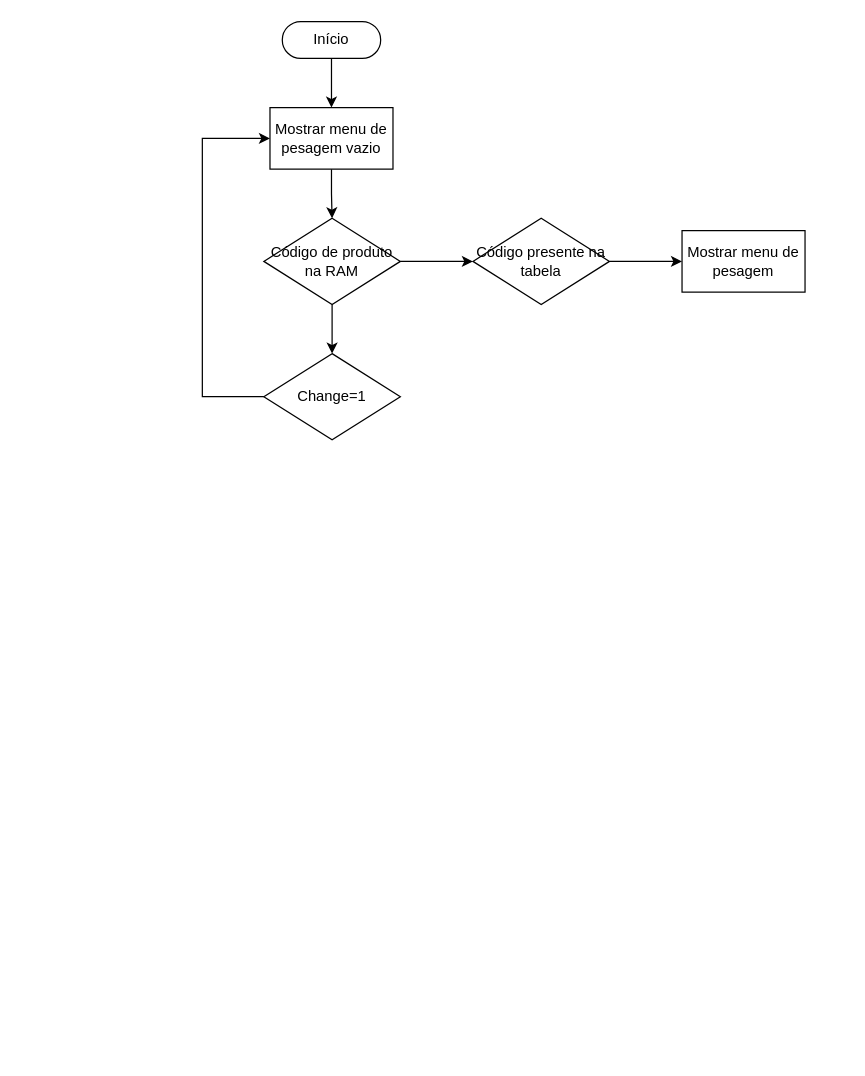
Before: Untitled Diagram.drawio in AFreitasHub/Weighing-Scale-System, a draw.io diagram. Source tidied: cells renumbered, new cells numbered last; positions are measured from the earlier drawing's top-left corner, leaving out a move shared by most shapes. Both pictures are drawn from the tidied source at 123%, with x=0, y=0 at pixel (202, 21).
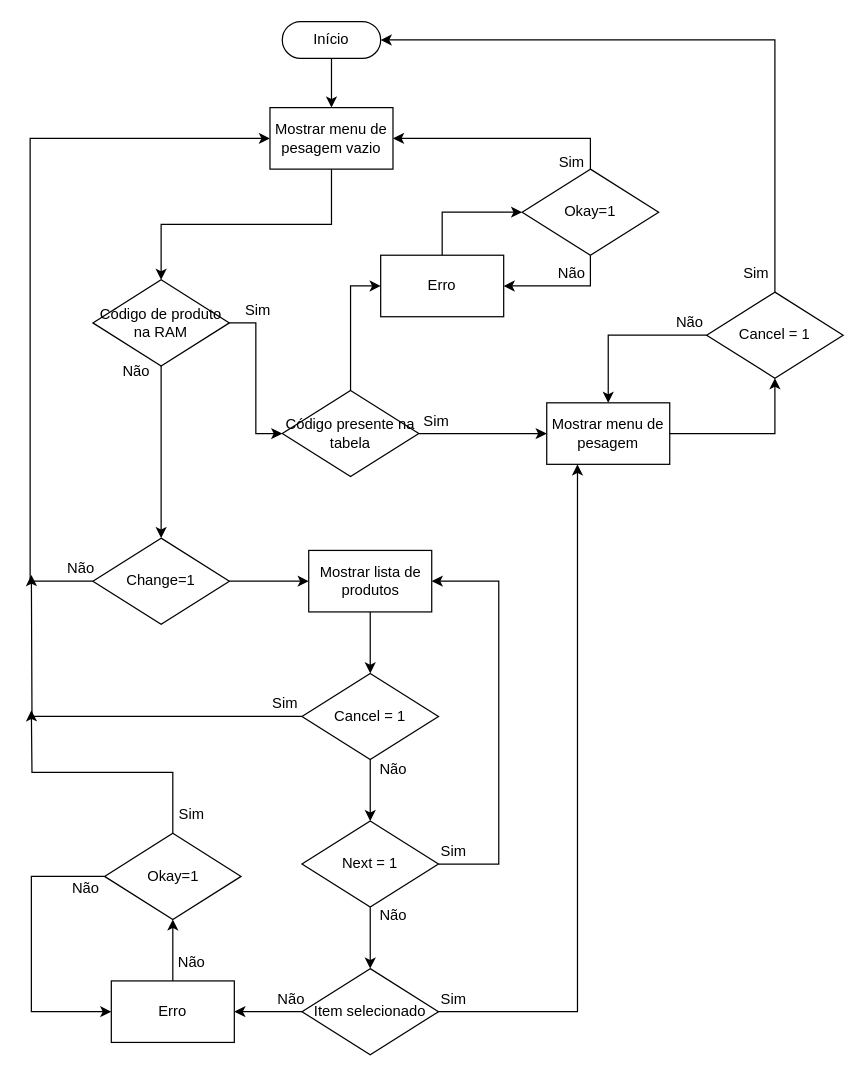
Above is the later version.

Commit message:
Selecting a product in menu 1

The change refers to these unchanged cells:
```xml
<mxCell id="3" value="Início" style="html=1;dashed=0;whiteSpace=wrap;shape=mxgraph.dfd.start;" parent="1" vertex="1">
  <mxGeometry x="65" width="80" height="30" as="geometry" />
</mxCell>
<mxCell id="5" value="Mostrar menu de pesagem vazio" style="html=1;dashed=0;whiteSpace=wrap;" parent="1" vertex="1">
  <mxGeometry x="55" y="70" width="100" height="50" as="geometry" />
</mxCell>
```

What changed in the source:
```diff
@@
     <mxCell id="8" value="&lt;div align=&quot;center&quot;&gt;&lt;font&gt;Código de produto na RAM&lt;/font&gt;&lt;/div&gt;" style="shape=rhombus;html=1;dashed=0;whiteSpace=wrap;perimeter=rhombusPerimeter;align=center;" parent="1" vertex="1">
-      <mxGeometry x="50" y="160" width="111" height="70" as="geometry" />
+      <mxGeometry x="-89" y="210" width="111" height="70" as="geometry" />
     </mxCell>
     <mxCell id="9" style="edgeStyle=orthogonalEdgeStyle;rounded=0;jettySize=auto;html=1;exitX=0;exitY=0.5;exitDx=0;exitDy=0;entryX=0;entryY=0.5;entryDx=0;entryDy=0;" parent="1" edge="1" source="10" target="5">
       <mxGeometry relative="1" as="geometry">
         <Array as="points">
-          <mxPoint y="305" />
-          <mxPoint y="95" />
+          <mxPoint x="-140" y="455" />
+          <mxPoint x="-140" y="95" />
         </Array>
       </mxGeometry>
     </mxCell>
+    <mxCell id="14" style="edgeStyle=orthogonalEdgeStyle;rounded=0;jettySize=auto;html=1;exitX=1;exitY=0.5;exitDx=0;exitDy=0;entryX=0;entryY=0.5;entryDx=0;entryDy=0;" parent="1" edge="1" source="10" target="22">
+      <mxGeometry relative="1" as="geometry" />
+    </mxCell>
     <mxCell id="10" value="Change=1" style="shape=rhombus;html=1;dashed=0;whiteSpace=wrap;perimeter=rhombusPerimeter;align=center;" parent="1" vertex="1">
-      <mxGeometry x="50" y="270" width="111" height="70" as="geometry" />
+      <mxGeometry x="-89" y="420" width="111" height="70" as="geometry" />
     </mxCell>
@@
+    <mxCell id="15" style="edgeStyle=orthogonalEdgeStyle;rounded=0;jettySize=auto;html=1;exitX=0.5;exitY=0;exitDx=0;exitDy=0;entryX=0;entryY=0.5;entryDx=0;entryDy=0;" parent="1" edge="1" source="12" target="38">
+      <mxGeometry relative="1" as="geometry" />
+    </mxCell>
     <mxCell id="12" value="Código presente na tabela" style="shape=rhombus;html=1;dashed=0;whiteSpace=wrap;perimeter=rhombusPerimeter;align=center;" parent="1" vertex="1">
-      <mxGeometry x="220" y="160" width="111" height="70" as="geometry" />
+      <mxGeometry x="65" y="300" width="111" height="70" as="geometry" />
     </mxCell>
+    <mxCell id="16" style="edgeStyle=orthogonalEdgeStyle;rounded=0;jettySize=auto;html=1;exitX=1;exitY=0.5;exitDx=0;exitDy=0;entryX=0.5;entryY=1;entryDx=0;entryDy=0;" parent="1" edge="1" source="13" target="53">
+      <mxGeometry relative="1" as="geometry" />
+    </mxCell>
     <mxCell id="13" value="Mostrar menu de pesagem" style="html=1;dashed=0;whiteSpace=wrap;" parent="1" vertex="1">
-      <mxGeometry x="390" y="170" width="100" height="50" as="geometry" />
+      <mxGeometry x="280" y="310" width="100" height="50" as="geometry" />
     </mxCell>
+    <mxCell id="17" value="Sim" style="text;html=1;align=center;verticalAlign=middle;strokeColor=none;fillColor=none;" parent="1" vertex="1">
+      <mxGeometry x="25" y="220" width="40" height="30" as="geometry" />
+    </mxCell>
+    <mxCell id="18" value="Sim" style="text;html=1;align=center;verticalAlign=middle;strokeColor=none;fillColor=none;" parent="1" vertex="1">
+      <mxGeometry x="170" y="310" width="40" height="30" as="geometry" />
+    </mxCell>
+    <mxCell id="19" value="Não" style="text;html=1;align=center;verticalAlign=middle;strokeColor=none;fillColor=none;" parent="1" vertex="1">
+      <mxGeometry x="-79.5" y="270" width="50" height="30" as="geometry" />
+    </mxCell>
+    <mxCell id="20" value="Não" style="text;html=1;align=center;verticalAlign=middle;strokeColor=none;fillColor=none;" parent="1" vertex="1">
+      <mxGeometry x="-124" y="430" width="50" height="30" as="geometry" />
+    </mxCell>
+    <mxCell id="21" style="edgeStyle=orthogonalEdgeStyle;rounded=0;jettySize=auto;html=1;exitX=0.5;exitY=1;exitDx=0;exitDy=0;entryX=0.5;entryY=0;entryDx=0;entryDy=0;" parent="1" edge="1" source="22" target="25">
+      <mxGeometry relative="1" as="geometry" />
+    </mxCell>
+    <mxCell id="22" value="Mostrar lista de produtos" style="html=1;dashed=0;whiteSpace=wrap;" parent="1" vertex="1">
+      <mxGeometry x="86.5" y="430" width="100" height="50" as="geometry" />
+    </mxCell>
+    <mxCell id="23" style="edgeStyle=orthogonalEdgeStyle;rounded=0;jettySize=auto;html=1;exitX=0;exitY=0.5;exitDx=0;exitDy=0;" parent="1" edge="1" source="25">
+      <mxGeometry relative="1" as="geometry">
+        <mxPoint x="-139" y="450" as="targetPoint" />
+      </mxGeometry>
+    </mxCell>
+    <mxCell id="24" style="edgeStyle=orthogonalEdgeStyle;rounded=0;jettySize=auto;html=1;exitX=0.5;exitY=1;exitDx=0;exitDy=0;entryX=0.5;entryY=0;entryDx=0;entryDy=0;" parent="1" edge="1" source="25" target="28">
+      <mxGeometry relative="1" as="geometry" />
+    </mxCell>
+    <mxCell id="25" value="Cancel = 1" style="shape=rhombus;html=1;dashed=0;whiteSpace=wrap;perimeter=rhombusPerimeter;align=center;" parent="1" vertex="1">
+      <mxGeometry x="81" y="530" width="111" height="70" as="geometry" />
+    </mxCell>
+    <mxCell id="26" style="edgeStyle=orthogonalEdgeStyle;rounded=0;jettySize=auto;html=1;exitX=1;exitY=0.5;exitDx=0;exitDy=0;entryX=1;entryY=0.5;entryDx=0;entryDy=0;" parent="1" edge="1" source="28" target="22">
+      <mxGeometry relative="1" as="geometry">
+        <Array as="points">
+          <mxPoint x="241" y="685" />
+          <mxPoint x="241" y="455" />
+        </Array>
+      </mxGeometry>
+    </mxCell>
+    <mxCell id="27" style="edgeStyle=orthogonalEdgeStyle;rounded=0;jettySize=auto;html=1;exitX=0.5;exitY=1;exitDx=0;exitDy=0;entryX=0.5;entryY=0;entryDx=0;entryDy=0;" parent="1" edge="1" source="28" target="31">
+      <mxGeometry relative="1" as="geometry" />
+    </mxCell>
+    <mxCell id="28" value="Next = 1" style="shape=rhombus;html=1;dashed=0;whiteSpace=wrap;perimeter=rhombusPerimeter;align=center;" parent="1" vertex="1">
+      <mxGeometry x="81" y="650" width="111" height="70" as="geometry" />
+    </mxCell>
+    <mxCell id="29" style="edgeStyle=orthogonalEdgeStyle;rounded=0;jettySize=auto;html=1;exitX=1;exitY=0.5;exitDx=0;exitDy=0;entryX=0.25;entryY=1;entryDx=0;entryDy=0;" parent="1" edge="1" source="31" target="13">
+      <mxGeometry relative="1" as="geometry" />
+    </mxCell>
+    <mxCell id="30" style="edgeStyle=orthogonalEdgeStyle;rounded=0;jettySize=auto;html=1;exitX=0;exitY=0.5;exitDx=0;exitDy=0;entryX=1;entryY=0.5;entryDx=0;entryDy=0;" parent="1" edge="1" source="31" target="33">
+      <mxGeometry relative="1" as="geometry" />
+    </mxCell>
+    <mxCell id="31" value="Item selecionado" style="shape=rhombus;html=1;dashed=0;whiteSpace=wrap;perimeter=rhombusPerimeter;align=center;" parent="1" vertex="1">
+      <mxGeometry x="81" y="770" width="111" height="70" as="geometry" />
+    </mxCell>
+    <mxCell id="32" style="edgeStyle=orthogonalEdgeStyle;rounded=0;jettySize=auto;html=1;exitX=0.5;exitY=0;exitDx=0;exitDy=0;entryX=0.5;entryY=1;entryDx=0;entryDy=0;" parent="1" edge="1" source="33" target="36">
+      <mxGeometry relative="1" as="geometry" />
+    </mxCell>
+    <mxCell id="33" value="Erro" style="html=1;dashed=0;whiteSpace=wrap;" parent="1" vertex="1">
+      <mxGeometry x="-74" y="780" width="100" height="50" as="geometry" />
+    </mxCell>
+    <mxCell id="34" style="edgeStyle=orthogonalEdgeStyle;rounded=0;jettySize=auto;html=1;exitX=0;exitY=0.5;exitDx=0;exitDy=0;entryX=0;entryY=0.5;entryDx=0;entryDy=0;" parent="1" edge="1" source="36" target="33">
+      <mxGeometry relative="1" as="geometry">
+        <Array as="points">
+          <mxPoint x="-139" y="695" />
+          <mxPoint x="-139" y="805" />
+        </Array>
+      </mxGeometry>
+    </mxCell>
+    <mxCell id="35" style="edgeStyle=orthogonalEdgeStyle;rounded=0;jettySize=auto;html=1;exitX=0.5;exitY=0;exitDx=0;exitDy=0;" parent="1" edge="1" source="36">
+      <mxGeometry relative="1" as="geometry">
+        <mxPoint x="-139" y="560" as="targetPoint" />
+      </mxGeometry>
+    </mxCell>
+    <mxCell id="36" value="Okay=1" style="shape=rhombus;html=1;dashed=0;whiteSpace=wrap;perimeter=rhombusPerimeter;align=center;" parent="1" vertex="1">
+      <mxGeometry x="-79.5" y="660" width="111" height="70" as="geometry" />
+    </mxCell>
+    <mxCell id="37" style="edgeStyle=orthogonalEdgeStyle;rounded=0;jettySize=auto;html=1;exitX=0.5;exitY=0;exitDx=0;exitDy=0;entryX=0;entryY=0.5;entryDx=0;entryDy=0;" parent="1" edge="1" source="38" target="41">
+      <mxGeometry relative="1" as="geometry" />
+    </mxCell>
+    <mxCell id="38" value="Erro" style="html=1;dashed=0;whiteSpace=wrap;" parent="1" vertex="1">
+      <mxGeometry x="145" y="190" width="100" height="50" as="geometry" />
+    </mxCell>
+    <mxCell id="39" style="edgeStyle=orthogonalEdgeStyle;rounded=0;jettySize=auto;html=1;exitX=0.5;exitY=0;exitDx=0;exitDy=0;entryX=1;entryY=0.5;entryDx=0;entryDy=0;" parent="1" edge="1" source="41" target="5">
+      <mxGeometry relative="1" as="geometry" />
+    </mxCell>
+    <mxCell id="40" style="edgeStyle=orthogonalEdgeStyle;rounded=0;jettySize=auto;html=1;exitX=0.5;exitY=1;exitDx=0;exitDy=0;entryX=1;entryY=0.5;entryDx=0;entryDy=0;" parent="1" edge="1" source="41" target="38">
+      <mxGeometry relative="1" as="geometry" />
+    </mxCell>
+    <mxCell id="41" value="Okay=1" style="shape=rhombus;html=1;dashed=0;whiteSpace=wrap;perimeter=rhombusPerimeter;align=center;" parent="1" vertex="1">
+      <mxGeometry x="260" y="120" width="111" height="70" as="geometry" />
+    </mxCell>
+    <mxCell id="42" value="Sim" style="text;html=1;align=center;verticalAlign=middle;strokeColor=none;fillColor=none;" parent="1" vertex="1">
+      <mxGeometry x="280" y="100" width="40" height="30" as="geometry" />
+    </mxCell>
+    <mxCell id="43" value="Sim" style="text;html=1;align=center;verticalAlign=middle;strokeColor=none;fillColor=none;" parent="1" vertex="1">
+      <mxGeometry x="-29" y="630" width="40" height="30" as="geometry" />
+    </mxCell>
+    <mxCell id="44" value="Sim" style="text;html=1;align=center;verticalAlign=middle;strokeColor=none;fillColor=none;" parent="1" vertex="1">
+      <mxGeometry x="46.5" y="540" width="40" height="30" as="geometry" />
+    </mxCell>
+    <mxCell id="45" value="Sim" style="text;html=1;align=center;verticalAlign=middle;strokeColor=none;fillColor=none;" parent="1" vertex="1">
+      <mxGeometry x="184" y="660" width="40" height="30" as="geometry" />
+    </mxCell>
+    <mxCell id="46" value="Sim" style="text;html=1;align=center;verticalAlign=middle;strokeColor=none;fillColor=none;" parent="1" vertex="1">
+      <mxGeometry x="184" y="780" width="40" height="30" as="geometry" />
+    </mxCell>
+    <mxCell id="47" value="Não" style="text;html=1;align=center;verticalAlign=middle;strokeColor=none;fillColor=none;" parent="1" vertex="1">
+      <mxGeometry x="130" y="593" width="50" height="30" as="geometry" />
+    </mxCell>
+    <mxCell id="48" value="Não" style="text;html=1;align=center;verticalAlign=middle;strokeColor=none;fillColor=none;" parent="1" vertex="1">
+      <mxGeometry x="130" y="712" width="50" height="30" as="geometry" />
+    </mxCell>
+    <mxCell id="49" value="Não" style="text;html=1;align=center;verticalAlign=middle;strokeColor=none;fillColor=none;" parent="1" vertex="1">
+      <mxGeometry x="46.5" y="780" width="50" height="30" as="geometry" />
+    </mxCell>
+    <mxCell id="50" value="Não" style="text;html=1;align=center;verticalAlign=middle;strokeColor=none;fillColor=none;" parent="1" vertex="1">
+      <mxGeometry x="-34" y="750" width="50" height="30" as="geometry" />
+    </mxCell>
+    <mxCell id="51" style="edgeStyle=orthogonalEdgeStyle;rounded=0;jettySize=auto;html=1;exitX=0;exitY=0.5;exitDx=0;exitDy=0;entryX=0.5;entryY=0;entryDx=0;entryDy=0;" parent="1" edge="1" source="53" target="13">
+      <mxGeometry relative="1" as="geometry" />
+    </mxCell>
+    <mxCell id="52" style="edgeStyle=orthogonalEdgeStyle;rounded=0;jettySize=auto;html=1;exitX=0.5;exitY=0;exitDx=0;exitDy=0;entryX=1;entryY=0.5;entryDx=0;entryDy=0;entryPerimeter=0;" parent="1" edge="1" source="53" target="3">
+      <mxGeometry relative="1" as="geometry">
+        <Array as="points">
+          <mxPoint x="466" y="15" />
+        </Array>
+      </mxGeometry>
+    </mxCell>
+    <mxCell id="53" value="Cancel = 1" style="shape=rhombus;html=1;dashed=0;whiteSpace=wrap;perimeter=rhombusPerimeter;align=center;" parent="1" vertex="1">
+      <mxGeometry x="410" y="220" width="111" height="70" as="geometry" />
+    </mxCell>
+    <mxCell id="54" value="Sim" style="text;html=1;align=center;verticalAlign=middle;strokeColor=none;fillColor=none;" parent="1" vertex="1">
+      <mxGeometry x="430" y="190" width="40" height="30" as="geometry" />
+    </mxCell>
+    <mxCell id="55" value="Não" style="text;html=1;align=center;verticalAlign=middle;strokeColor=none;fillColor=none;" parent="1" vertex="1">
+      <mxGeometry x="275" y="190" width="50" height="30" as="geometry" />
+    </mxCell>
+    <mxCell id="56" value="Não" style="text;html=1;align=center;verticalAlign=middle;strokeColor=none;fillColor=none;" parent="1" vertex="1">
+      <mxGeometry x="371" y="230" width="50" height="30" as="geometry" />
+    </mxCell>
+    <mxCell id="57" value="Não" style="text;html=1;align=center;verticalAlign=middle;strokeColor=none;fillColor=none;" parent="1" vertex="1">
+      <mxGeometry x="-120" y="690" width="50" height="30" as="geometry" />
+    </mxCell>
```
